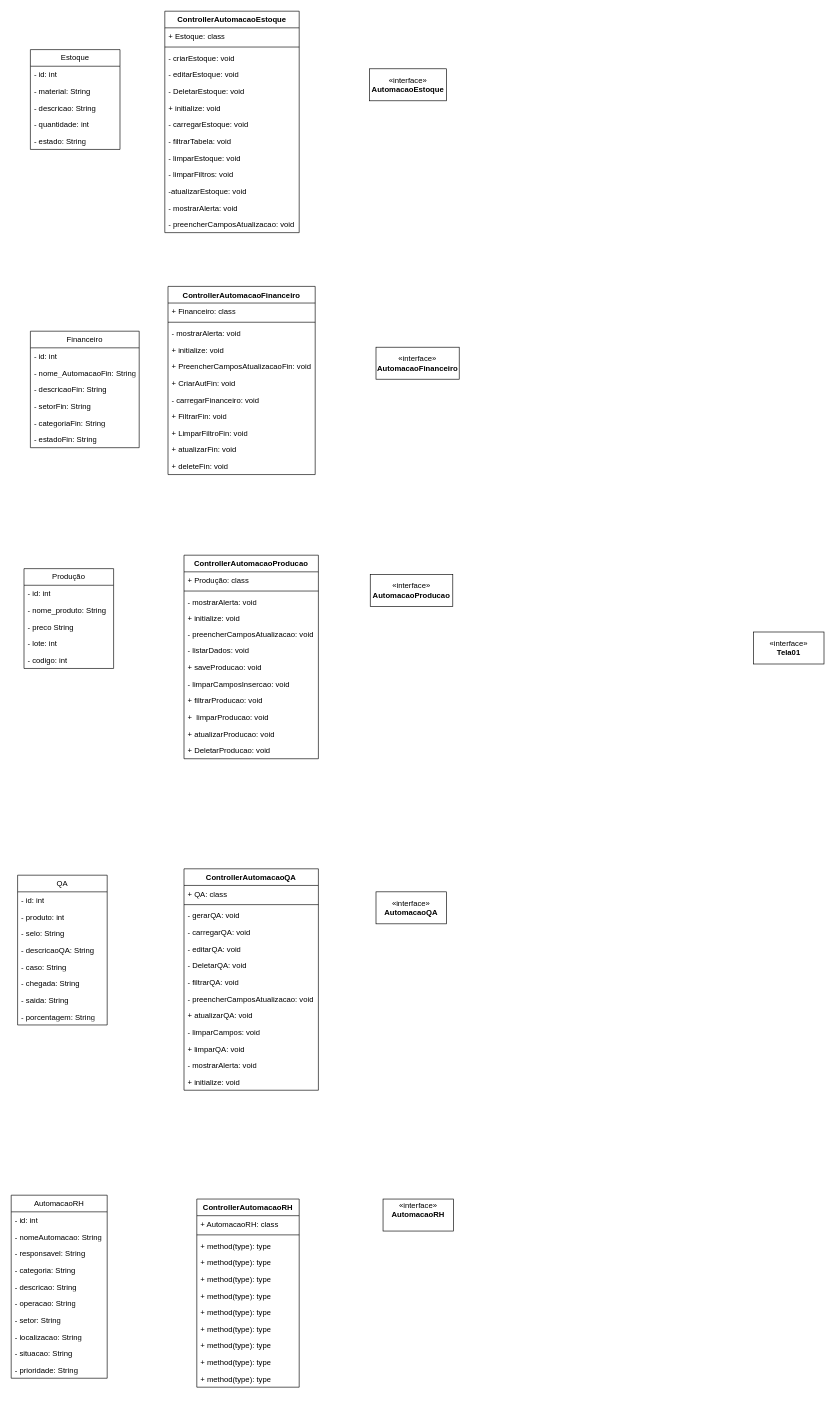
Before: Diagrama sem nome.drawio in viitorsz/doc, a draw.io diagram. Source tidied: cells renumbered, new cells numbered last; positions are measured from the earlier drawing's top-left corner, leaving out a move shared by most shapes. Both pictures are drawn from the tidied source at 64%, with x=0, y=0 at pixel (11, 11).
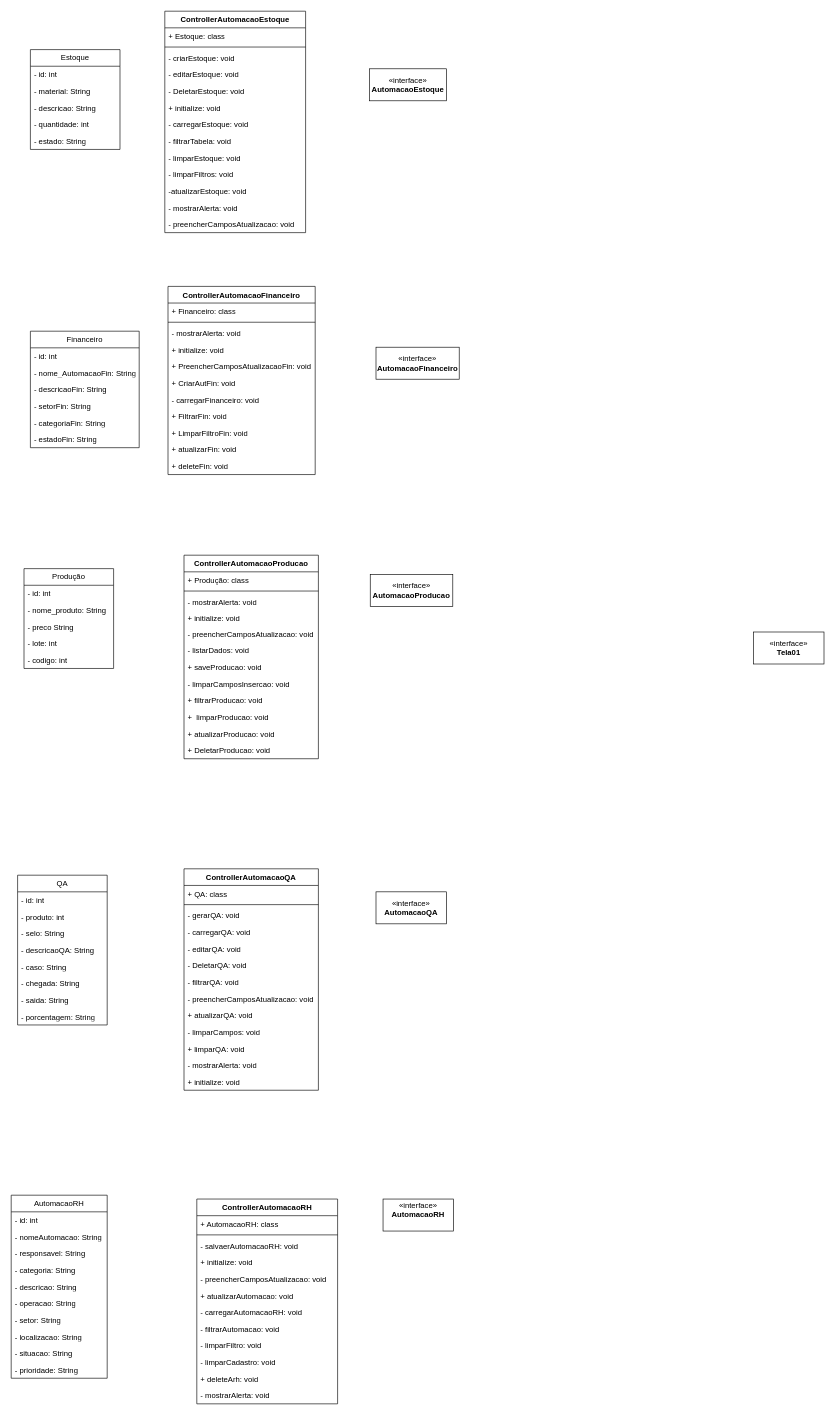
The same page after the edit.

What changed in the source:
```diff
@@
     <mxCell id="2" value="ControllerAutomacaoEstoque" style="swimlane;fontStyle=1;align=center;verticalAlign=top;horizontal=1;startSize=26;whiteSpace=wrap;html=1;" parent="1" vertex="1">
-      <mxGeometry x="240" width="210" height="346" as="geometry" />
+      <mxGeometry x="240" width="220" height="346" as="geometry" />
     </mxCell>
     <mxCell id="3" value="+ Estoque: class" style="text;strokeColor=none;fillColor=none;align=left;verticalAlign=top;spacingLeft=4;spacingRight=4;overflow=hidden;whiteSpace=wrap;html=1;" parent="2" vertex="1">
-      <mxGeometry y="26" width="210" height="26" as="geometry" />
+      <mxGeometry y="26" width="220" height="26" as="geometry" />
     </mxCell>
     <mxCell id="4" style="line;strokeWidth=1;fillColor=none;align=left;verticalAlign=middle;spacingTop=-1;spacingLeft=3;spacingRight=3;labelPosition=right;strokeColor=inherit;" parent="2" vertex="1">
-      <mxGeometry y="52" width="210" height="8" as="geometry" />
+      <mxGeometry y="52" width="220" height="8" as="geometry" />
     </mxCell>
     <mxCell id="5" value="- criarEstoque: void" style="text;strokeColor=none;fillColor=none;align=left;verticalAlign=top;spacingLeft=4;spacingRight=4;overflow=hidden;whiteSpace=wrap;html=1;" parent="2" vertex="1">
-      <mxGeometry y="60" width="210" height="26" as="geometry" />
+      <mxGeometry y="60" width="220" height="26" as="geometry" />
     </mxCell>
     <mxCell id="6" value="- editarEstoque: void" style="text;strokeColor=none;fillColor=none;align=left;verticalAlign=top;spacingLeft=4;spacingRight=4;overflow=hidden;whiteSpace=wrap;html=1;" parent="2" vertex="1">
-      <mxGeometry y="86" width="210" height="26" as="geometry" />
+      <mxGeometry y="86" width="220" height="26" as="geometry" />
     </mxCell>
     <mxCell id="7" value="- DeletarEstoque: void" style="text;strokeColor=none;fillColor=none;align=left;verticalAlign=top;spacingLeft=4;spacingRight=4;overflow=hidden;whiteSpace=wrap;html=1;" parent="2" vertex="1">
-      <mxGeometry y="112" width="210" height="26" as="geometry" />
+      <mxGeometry y="112" width="220" height="26" as="geometry" />
     </mxCell>
     <mxCell id="8" value="+ initialize: void" style="text;strokeColor=none;fillColor=none;align=left;verticalAlign=top;spacingLeft=4;spacingRight=4;overflow=hidden;whiteSpace=wrap;html=1;" parent="2" vertex="1">
-      <mxGeometry y="138" width="210" height="26" as="geometry" />
+      <mxGeometry y="138" width="220" height="26" as="geometry" />
     </mxCell>
     <mxCell id="9" value="- carregarEstoque: void" style="text;strokeColor=none;fillColor=none;align=left;verticalAlign=top;spacingLeft=4;spacingRight=4;overflow=hidden;whiteSpace=wrap;html=1;" parent="2" vertex="1">
-      <mxGeometry y="164" width="210" height="26" as="geometry" />
+      <mxGeometry y="164" width="220" height="26" as="geometry" />
     </mxCell>
     <mxCell id="10" value="- filtrarTabela: void" style="text;strokeColor=none;fillColor=none;align=left;verticalAlign=top;spacingLeft=4;spacingRight=4;overflow=hidden;whiteSpace=wrap;html=1;" parent="2" vertex="1">
-      <mxGeometry y="190" width="210" height="26" as="geometry" />
+      <mxGeometry y="190" width="220" height="26" as="geometry" />
     </mxCell>
     <mxCell id="11" value="- limparEstoque: void" style="text;strokeColor=none;fillColor=none;align=left;verticalAlign=top;spacingLeft=4;spacingRight=4;overflow=hidden;whiteSpace=wrap;html=1;" parent="2" vertex="1">
-      <mxGeometry y="216" width="210" height="26" as="geometry" />
+      <mxGeometry y="216" width="220" height="26" as="geometry" />
     </mxCell>
     <mxCell id="12" value="- limparFiltros: void" style="text;strokeColor=none;fillColor=none;align=left;verticalAlign=top;spacingLeft=4;spacingRight=4;overflow=hidden;whiteSpace=wrap;html=1;" parent="2" vertex="1">
-      <mxGeometry y="242" width="210" height="26" as="geometry" />
+      <mxGeometry y="242" width="220" height="26" as="geometry" />
     </mxCell>
     <mxCell id="13" value="-atualizarEstoque: void" style="text;strokeColor=none;fillColor=none;align=left;verticalAlign=top;spacingLeft=4;spacingRight=4;overflow=hidden;whiteSpace=wrap;html=1;" parent="2" vertex="1">
-      <mxGeometry y="268" width="210" height="26" as="geometry" />
+      <mxGeometry y="268" width="220" height="26" as="geometry" />
     </mxCell>
     <mxCell id="14" value="- mostrarAlerta: void" style="text;strokeColor=none;fillColor=none;align=left;verticalAlign=top;spacingLeft=4;spacingRight=4;overflow=hidden;whiteSpace=wrap;html=1;" parent="2" vertex="1">
-      <mxGeometry y="294" width="210" height="26" as="geometry" />
+      <mxGeometry y="294" width="220" height="26" as="geometry" />
     </mxCell>
     <mxCell id="15" value="- preencherCamposAtualizacao: void" style="text;strokeColor=none;fillColor=none;align=left;verticalAlign=top;spacingLeft=4;spacingRight=4;overflow=hidden;whiteSpace=wrap;html=1;" parent="2" vertex="1">
-      <mxGeometry y="320" width="210" height="26" as="geometry" />
+      <mxGeometry y="320" width="220" height="26" as="geometry" />
     </mxCell>
@@
     <mxCell id="100" value="ControllerAutomacaoRH" style="swimlane;fontStyle=1;align=center;verticalAlign=top;horizontal=1;startSize=26;whiteSpace=wrap;html=1;" parent="1" vertex="1">
-      <mxGeometry x="290" y="1856" width="160" height="294" as="geometry" />
+      <mxGeometry x="290" y="1856" width="220" height="320" as="geometry" />
     </mxCell>
     <mxCell id="101" value="+ AutomacaoRH: class" style="text;strokeColor=none;fillColor=none;align=left;verticalAlign=top;spacingLeft=4;spacingRight=4;overflow=hidden;whiteSpace=wrap;html=1;" parent="100" vertex="1">
-      <mxGeometry y="26" width="160" height="26" as="geometry" />
+      <mxGeometry y="26" width="220" height="26" as="geometry" />
     </mxCell>
     <mxCell id="102" style="line;strokeWidth=1;fillColor=none;align=left;verticalAlign=middle;spacingTop=-1;spacingLeft=3;spacingRight=3;labelPosition=right;strokeColor=inherit;" parent="100" vertex="1">
-      <mxGeometry y="52" width="160" height="8" as="geometry" />
+      <mxGeometry y="52" width="220" height="8" as="geometry" />
     </mxCell>
-    <mxCell id="103" value="+ method(type): type" style="text;strokeColor=none;fillColor=none;align=left;verticalAlign=top;spacingLeft=4;spacingRight=4;overflow=hidden;whiteSpace=wrap;html=1;" parent="100" vertex="1">
-      <mxGeometry y="60" width="160" height="26" as="geometry" />
+    <mxCell id="103" value="- salvaerAutomacaoRH: void" style="text;strokeColor=none;fillColor=none;align=left;verticalAlign=top;spacingLeft=4;spacingRight=4;overflow=hidden;whiteSpace=wrap;html=1;" parent="100" vertex="1">
+      <mxGeometry y="60" width="220" height="26" as="geometry" />
     </mxCell>
-    <mxCell id="104" value="+ method(type): type" style="text;strokeColor=none;fillColor=none;align=left;verticalAlign=top;spacingLeft=4;spacingRight=4;overflow=hidden;whiteSpace=wrap;html=1;" parent="100" vertex="1">
-      <mxGeometry y="86" width="160" height="26" as="geometry" />
+    <mxCell id="104" value="+ initialize: void" style="text;strokeColor=none;fillColor=none;align=left;verticalAlign=top;spacingLeft=4;spacingRight=4;overflow=hidden;whiteSpace=wrap;html=1;" parent="100" vertex="1">
+      <mxGeometry y="86" width="220" height="26" as="geometry" />
     </mxCell>
-    <mxCell id="105" value="+ method(type): type" style="text;strokeColor=none;fillColor=none;align=left;verticalAlign=top;spacingLeft=4;spacingRight=4;overflow=hidden;whiteSpace=wrap;html=1;" parent="100" vertex="1">
-      <mxGeometry y="112" width="160" height="26" as="geometry" />
+    <mxCell id="105" value="- preencherCamposAtualizacao: void" style="text;strokeColor=none;fillColor=none;align=left;verticalAlign=top;spacingLeft=4;spacingRight=4;overflow=hidden;whiteSpace=wrap;html=1;" parent="100" vertex="1">
+      <mxGeometry y="112" width="220" height="26" as="geometry" />
     </mxCell>
-    <mxCell id="106" value="+ method(type): type" style="text;strokeColor=none;fillColor=none;align=left;verticalAlign=top;spacingLeft=4;spacingRight=4;overflow=hidden;whiteSpace=wrap;html=1;" parent="100" vertex="1">
-      <mxGeometry y="138" width="160" height="26" as="geometry" />
+    <mxCell id="106" value="+ atualizarAutomacao: void" style="text;strokeColor=none;fillColor=none;align=left;verticalAlign=top;spacingLeft=4;spacingRight=4;overflow=hidden;whiteSpace=wrap;html=1;" parent="100" vertex="1">
+      <mxGeometry y="138" width="220" height="26" as="geometry" />
     </mxCell>
-    <mxCell id="107" value="+ method(type): type" style="text;strokeColor=none;fillColor=none;align=left;verticalAlign=top;spacingLeft=4;spacingRight=4;overflow=hidden;whiteSpace=wrap;html=1;" parent="100" vertex="1">
-      <mxGeometry y="164" width="160" height="26" as="geometry" />
+    <mxCell id="107" value="- carregarAutomacaoRH: void" style="text;strokeColor=none;fillColor=none;align=left;verticalAlign=top;spacingLeft=4;spacingRight=4;overflow=hidden;whiteSpace=wrap;html=1;" parent="100" vertex="1">
+      <mxGeometry y="164" width="220" height="26" as="geometry" />
     </mxCell>
-    <mxCell id="108" value="+ method(type): type" style="text;strokeColor=none;fillColor=none;align=left;verticalAlign=top;spacingLeft=4;spacingRight=4;overflow=hidden;whiteSpace=wrap;html=1;" parent="100" vertex="1">
-      <mxGeometry y="190" width="160" height="26" as="geometry" />
+    <mxCell id="108" value="- filtrarAutomacao: void" style="text;strokeColor=none;fillColor=none;align=left;verticalAlign=top;spacingLeft=4;spacingRight=4;overflow=hidden;whiteSpace=wrap;html=1;" parent="100" vertex="1">
+      <mxGeometry y="190" width="220" height="26" as="geometry" />
     </mxCell>
-    <mxCell id="109" value="+ method(type): type" style="text;strokeColor=none;fillColor=none;align=left;verticalAlign=top;spacingLeft=4;spacingRight=4;overflow=hidden;whiteSpace=wrap;html=1;" parent="100" vertex="1">
-      <mxGeometry y="216" width="160" height="26" as="geometry" />
+    <mxCell id="109" value="- limparFiltro: void" style="text;strokeColor=none;fillColor=none;align=left;verticalAlign=top;spacingLeft=4;spacingRight=4;overflow=hidden;whiteSpace=wrap;html=1;" parent="100" vertex="1">
+      <mxGeometry y="216" width="220" height="26" as="geometry" />
     </mxCell>
-    <mxCell id="110" value="+ method(type): type" style="text;strokeColor=none;fillColor=none;align=left;verticalAlign=top;spacingLeft=4;spacingRight=4;overflow=hidden;whiteSpace=wrap;html=1;" parent="100" vertex="1">
-      <mxGeometry y="242" width="160" height="26" as="geometry" />
+    <mxCell id="110" value="- limparCadastro: void" style="text;strokeColor=none;fillColor=none;align=left;verticalAlign=top;spacingLeft=4;spacingRight=4;overflow=hidden;whiteSpace=wrap;html=1;" parent="100" vertex="1">
+      <mxGeometry y="242" width="220" height="26" as="geometry" />
     </mxCell>
-    <mxCell id="111" value="+ method(type): type" style="text;strokeColor=none;fillColor=none;align=left;verticalAlign=top;spacingLeft=4;spacingRight=4;overflow=hidden;whiteSpace=wrap;html=1;" parent="100" vertex="1">
-      <mxGeometry y="268" width="160" height="26" as="geometry" />
+    <mxCell id="111" value="+ deleteArh: void" style="text;strokeColor=none;fillColor=none;align=left;verticalAlign=top;spacingLeft=4;spacingRight=4;overflow=hidden;whiteSpace=wrap;html=1;" parent="100" vertex="1">
+      <mxGeometry y="268" width="220" height="26" as="geometry" />
     </mxCell>
+    <mxCell id="112" value="- mostrarAlerta: void" style="text;strokeColor=none;fillColor=none;align=left;verticalAlign=top;spacingLeft=4;spacingRight=4;overflow=hidden;whiteSpace=wrap;html=1;" parent="100" vertex="1">
+      <mxGeometry y="294" width="220" height="26" as="geometry" />
+    </mxCell>
```
